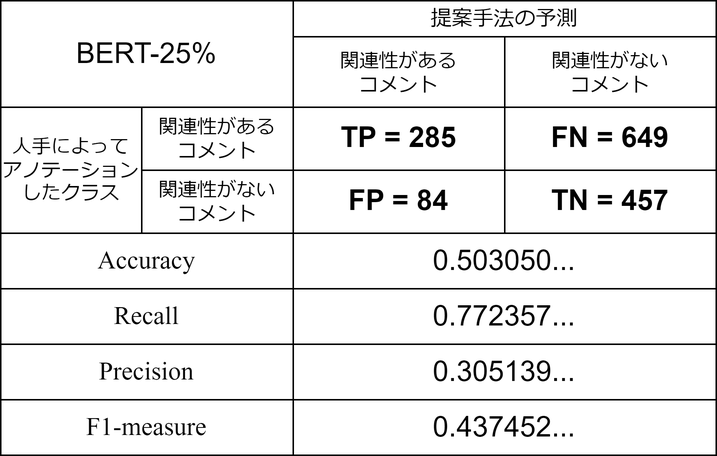
This is 修論/images/BERT25.drawio.png from dora937nishikori/investigation, a draw.io export, as it was before one commit. Source tidied: cells renumbered, new cells last; positions are measured from the earlier drawing's top-left corner, leaving out a move shared by most shapes.
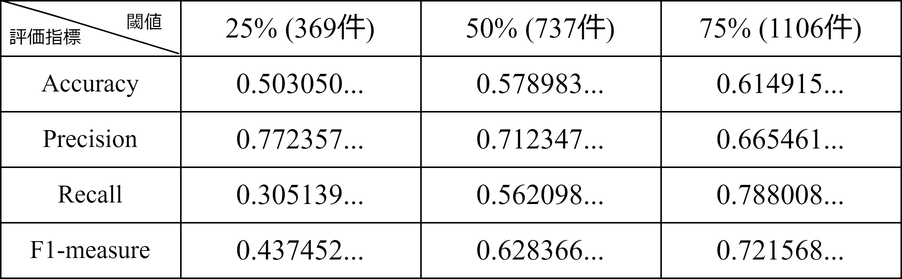
The same file after the commit.

Change to the diagram source:
```diff
@@ -2,89 +2,97 @@
   <root>
     <mxCell id="0" />
     <mxCell id="1" parent="0" />
-    <mxCell id="2" style="shape=table;startSize=0;" parent="1" vertex="1">
-      <mxGeometry width="477" height="303" as="geometry" />
+    <mxCell id="2" style="shape=table;startSize=0;fontFamily=Times New Roman;" parent="1" vertex="1">
+      <mxGeometry width="600" height="185" as="geometry" />
     </mxCell>
-    <mxCell id="3" style="shape=tableRow;horizontal=0;startSize=0;swimlaneHead=0;swimlaneBody=0;top=0;left=0;bottom=0;right=0;fillColor=none;" parent="2" vertex="1">
-      <mxGeometry width="477" height="24" as="geometry" />
-    </mxCell>
-    <mxCell id="4" value="BERT-25%" style="shape=partialRectangle;html=1;whiteSpace=wrap;overflow=hidden;fillColor=none;top=0;left=0;bottom=0;right=0;colspan=2;rowspan=2;fontSize=19;" parent="3" vertex="1">
-      <mxGeometry width="195" height="71" as="geometry" />
-    </mxCell>
-    <mxCell id="5" value="&lt;font style=&quot;font-size: 14px;&quot;&gt;提案手法の予測&lt;/font&gt;" style="shape=partialRectangle;html=1;whiteSpace=wrap;overflow=hidden;fillColor=none;top=0;left=0;bottom=0;right=0;colspan=2;fontSize=13;" parent="3" vertex="1">
-      <mxGeometry x="195" width="282" height="24" as="geometry" />
-    </mxCell>
-    <mxCell id="6" style="shape=tableRow;horizontal=0;startSize=0;swimlaneHead=0;swimlaneBody=0;top=0;left=0;bottom=0;right=0;fillColor=none;" parent="2" vertex="1">
-      <mxGeometry y="24" width="477" height="47" as="geometry" />
-    </mxCell>
-    <mxCell id="7" value="&lt;font style=&quot;font-size: 13px;&quot;&gt;関連性がある&lt;br style=&quot;font-size: 13px;&quot;&gt;コメント&lt;/font&gt;" style="shape=partialRectangle;html=1;whiteSpace=wrap;overflow=hidden;fillColor=none;top=0;left=0;bottom=0;right=0;fontSize=13;" parent="6" vertex="1">
-      <mxGeometry x="195" width="141" height="47" as="geometry" />
-    </mxCell>
-    <mxCell id="8" value="関連性がない&lt;br style=&quot;font-size: 13px;&quot;&gt;コメント" style="shape=partialRectangle;html=1;whiteSpace=wrap;overflow=hidden;fillColor=none;top=0;left=0;bottom=0;right=0;fontSize=13;" parent="6" vertex="1">
-      <mxGeometry x="336" width="141" height="47" as="geometry" />
-    </mxCell>
-    <mxCell id="9" style="shape=tableRow;horizontal=0;startSize=0;swimlaneHead=0;swimlaneBody=0;top=0;left=0;bottom=0;right=0;fillColor=none;" parent="2" vertex="1">
-      <mxGeometry y="71" width="477" height="42" as="geometry" />
-    </mxCell>
-    <mxCell id="10" value="人手によって&lt;br&gt;アノテーションしたクラス" style="shape=partialRectangle;html=1;whiteSpace=wrap;overflow=hidden;fillColor=none;top=0;left=0;bottom=0;right=0;rowspan=2;fontSize=13;" parent="9" vertex="1">
-      <mxGeometry width="94" height="84" as="geometry" />
-    </mxCell>
-    <mxCell id="11" value="関連性がある&lt;br&gt;コメント" style="shape=partialRectangle;html=1;whiteSpace=wrap;overflow=hidden;fillColor=none;top=0;left=0;bottom=0;right=0;fontSize=13;" parent="9" vertex="1">
-      <mxGeometry x="94" width="101" height="42" as="geometry" />
-    </mxCell>
-    <mxCell id="12" value="&lt;b style=&quot;font-size: 19px;&quot;&gt;TP = 285&lt;/b&gt;" style="shape=partialRectangle;html=1;whiteSpace=wrap;overflow=hidden;fillColor=none;top=0;left=0;bottom=0;right=0;fontSize=19;" parent="9" vertex="1">
-      <mxGeometry x="195" width="141" height="42" as="geometry" />
-    </mxCell>
-    <mxCell id="13" value="&lt;b style=&quot;font-size: 19px;&quot;&gt;FN = 649&lt;/b&gt;" style="shape=partialRectangle;html=1;whiteSpace=wrap;overflow=hidden;fillColor=none;top=0;left=0;bottom=0;right=0;fontSize=19;" parent="9" vertex="1">
-      <mxGeometry x="336" width="141" height="42" as="geometry" />
-    </mxCell>
-    <mxCell id="14" style="shape=tableRow;horizontal=0;startSize=0;swimlaneHead=0;swimlaneBody=0;top=0;left=0;bottom=0;right=0;fillColor=none;" parent="2" vertex="1">
-      <mxGeometry y="113" width="477" height="42" as="geometry" />
-    </mxCell>
-    <mxCell id="15" value="関連性がない&lt;br&gt;コメント" style="shape=partialRectangle;html=1;whiteSpace=wrap;overflow=hidden;fillColor=none;top=0;left=0;bottom=0;right=0;fontSize=13;" parent="14" vertex="1">
-      <mxGeometry x="94" width="101" height="42" as="geometry" />
-    </mxCell>
-    <mxCell id="16" value="&lt;b style=&quot;font-size: 19px;&quot;&gt;FP = 84&lt;/b&gt;" style="shape=partialRectangle;html=1;whiteSpace=wrap;overflow=hidden;fillColor=none;top=0;left=0;bottom=0;right=0;fontSize=19;" parent="14" vertex="1">
-      <mxGeometry x="195" width="141" height="42" as="geometry" />
-    </mxCell>
-    <mxCell id="17" value="&lt;b style=&quot;font-size: 19px;&quot;&gt;TN = 457&lt;/b&gt;" style="shape=partialRectangle;html=1;whiteSpace=wrap;overflow=hidden;fillColor=none;top=0;left=0;bottom=0;right=0;fontSize=19;" parent="14" vertex="1">
-      <mxGeometry x="336" width="141" height="42" as="geometry" />
-    </mxCell>
+    <mxCell id="30" style="shape=tableRow;horizontal=0;startSize=0;swimlaneHead=0;swimlaneBody=0;top=0;left=0;bottom=0;right=0;fillColor=none;" parent="2" vertex="1">
+      <mxGeometry width="600" height="37" as="geometry" />
+    </mxCell>
+    <mxCell id="31" style="shape=partialRectangle;html=1;whiteSpace=wrap;overflow=hidden;fillColor=none;top=0;left=0;bottom=0;right=0;fontSize=17;fontFamily=Times New Roman;colspan=2;" parent="30" vertex="1">
+      <mxGeometry width="120" height="37" as="geometry" />
+    </mxCell>
+    <mxCell id="32" value="25% (369件)" style="shape=partialRectangle;html=1;whiteSpace=wrap;overflow=hidden;fillColor=none;top=0;left=0;bottom=0;right=0;fontSize=19;colspan=2;fontFamily=Times New Roman;" parent="30" vertex="1">
+      <mxGeometry x="120" width="160" height="37" as="geometry" />
+    </mxCell>
+    <mxCell id="33" value="50% (737件)" style="shape=partialRectangle;html=1;whiteSpace=wrap;overflow=hidden;fillColor=none;top=0;left=0;bottom=0;right=0;fontSize=19;fontFamily=Times New Roman;" parent="30" vertex="1">
+      <mxGeometry x="280" width="160" height="37" as="geometry" />
+    </mxCell>
+    <mxCell id="34" value="75% (1106件)" style="shape=partialRectangle;html=1;whiteSpace=wrap;overflow=hidden;fillColor=none;top=0;left=0;bottom=0;right=0;fontSize=19;fontFamily=Times New Roman;" parent="30" vertex="1">
+      <mxGeometry x="440" width="160" height="37" as="geometry" />
+    </mxCell>
     <mxCell id="18" style="shape=tableRow;horizontal=0;startSize=0;swimlaneHead=0;swimlaneBody=0;top=0;left=0;bottom=0;right=0;fillColor=none;points=[[0,0.51,0,0,0],[0.5,1,0,0,0],[1,0.51,0,0,0]];portConstraint=eastwest;" parent="2" vertex="1">
-      <mxGeometry y="155" width="477" height="37" as="geometry" />
+      <mxGeometry y="37" width="600" height="37" as="geometry" />
     </mxCell>
     <mxCell id="19" value="Accuracy" style="shape=partialRectangle;html=1;whiteSpace=wrap;overflow=hidden;fillColor=none;top=0;left=0;bottom=0;right=0;colspan=2;rowspan=1;fontSize=17;fontFamily=Times New Roman;" parent="18" vertex="1">
-      <mxGeometry width="195" height="37" as="geometry" />
+      <mxGeometry width="120" height="37" as="geometry" />
     </mxCell>
-    <mxCell id="20" value="0.503050..." style="shape=partialRectangle;html=1;whiteSpace=wrap;overflow=hidden;fillColor=none;top=0;left=0;bottom=0;right=0;fontSize=19;colspan=2;" parent="18" vertex="1">
-      <mxGeometry x="195" width="282" height="37" as="geometry" />
+    <mxCell id="20" value="0.503050..." style="shape=partialRectangle;html=1;whiteSpace=wrap;overflow=hidden;fillColor=none;top=0;left=0;bottom=0;right=0;fontSize=19;colspan=2;fontFamily=Times New Roman;" parent="18" vertex="1">
+      <mxGeometry x="120" width="160" height="37" as="geometry" />
     </mxCell>
+    <mxCell id="35" value="0.578983..." style="shape=partialRectangle;html=1;whiteSpace=wrap;overflow=hidden;fillColor=none;top=0;left=0;bottom=0;right=0;fontSize=19;fontFamily=Times New Roman;" parent="18" vertex="1">
+      <mxGeometry x="280" width="160" height="37" as="geometry" />
+    </mxCell>
+    <mxCell id="36" value="0.614915..." style="shape=partialRectangle;html=1;whiteSpace=wrap;overflow=hidden;fillColor=none;top=0;left=0;bottom=0;right=0;fontSize=19;fontFamily=Times New Roman;" parent="18" vertex="1">
+      <mxGeometry x="440" width="160" height="37" as="geometry" />
+    </mxCell>
     <mxCell id="21" style="shape=tableRow;horizontal=0;startSize=0;swimlaneHead=0;swimlaneBody=0;top=0;left=0;bottom=0;right=0;fillColor=none;" parent="2" vertex="1">
-      <mxGeometry y="192" width="477" height="37" as="geometry" />
+      <mxGeometry y="74" width="600" height="37" as="geometry" />
     </mxCell>
-    <mxCell id="22" value="Recall" style="shape=partialRectangle;html=1;whiteSpace=wrap;overflow=hidden;fillColor=none;top=0;left=0;bottom=0;right=0;colspan=2;fontSize=17;fontFamily=Times New Roman;" parent="21" vertex="1">
-      <mxGeometry width="195" height="37" as="geometry" />
+    <mxCell id="22" value="Precision" style="shape=partialRectangle;html=1;whiteSpace=wrap;overflow=hidden;fillColor=none;top=0;left=0;bottom=0;right=0;colspan=2;fontSize=17;fontFamily=Times New Roman;" parent="21" vertex="1">
+      <mxGeometry width="120" height="37" as="geometry" />
     </mxCell>
-    <mxCell id="23" value="0.772357..." style="shape=partialRectangle;html=1;whiteSpace=wrap;overflow=hidden;fillColor=none;top=0;left=0;bottom=0;right=0;fontSize=19;colspan=2;" parent="21" vertex="1">
-      <mxGeometry x="195" width="282" height="37" as="geometry" />
+    <mxCell id="23" value="0.772357..." style="shape=partialRectangle;html=1;whiteSpace=wrap;overflow=hidden;fillColor=none;top=0;left=0;bottom=0;right=0;fontSize=19;colspan=2;fontFamily=Times New Roman;" parent="21" vertex="1">
+      <mxGeometry x="120" width="160" height="37" as="geometry" />
     </mxCell>
+    <mxCell id="37" value="0.712347..." style="shape=partialRectangle;html=1;whiteSpace=wrap;overflow=hidden;fillColor=none;top=0;left=0;bottom=0;right=0;fontSize=19;fontFamily=Times New Roman;" parent="21" vertex="1">
+      <mxGeometry x="280" width="160" height="37" as="geometry" />
+    </mxCell>
+    <mxCell id="38" value="0.665461..." style="shape=partialRectangle;html=1;whiteSpace=wrap;overflow=hidden;fillColor=none;top=0;left=0;bottom=0;right=0;fontSize=19;fontFamily=Times New Roman;" parent="21" vertex="1">
+      <mxGeometry x="440" width="160" height="37" as="geometry" />
+    </mxCell>
     <mxCell id="24" style="shape=tableRow;horizontal=0;startSize=0;swimlaneHead=0;swimlaneBody=0;top=0;left=0;bottom=0;right=0;fillColor=none;" parent="2" vertex="1">
-      <mxGeometry y="229" width="477" height="37" as="geometry" />
+      <mxGeometry y="111" width="600" height="37" as="geometry" />
     </mxCell>
-    <mxCell id="25" value="Precision" style="shape=partialRectangle;html=1;whiteSpace=wrap;overflow=hidden;fillColor=none;top=0;left=0;bottom=0;right=0;colspan=2;fontFamily=Times New Roman;fontSize=17;" parent="24" vertex="1">
-      <mxGeometry width="195" height="37" as="geometry" />
+    <mxCell id="25" value="Recall" style="shape=partialRectangle;html=1;whiteSpace=wrap;overflow=hidden;fillColor=none;top=0;left=0;bottom=0;right=0;colspan=2;fontFamily=Times New Roman;fontSize=17;" parent="24" vertex="1">
+      <mxGeometry width="120" height="37" as="geometry" />
     </mxCell>
-    <mxCell id="26" value="0.305139..." style="shape=partialRectangle;html=1;whiteSpace=wrap;overflow=hidden;fillColor=none;top=0;left=0;bottom=0;right=0;fontSize=19;colspan=2;" parent="24" vertex="1">
-      <mxGeometry x="195" width="282" height="37" as="geometry" />
+    <mxCell id="26" value="0.305139..." style="shape=partialRectangle;html=1;whiteSpace=wrap;overflow=hidden;fillColor=none;top=0;left=0;bottom=0;right=0;fontSize=19;colspan=2;fontFamily=Times New Roman;" parent="24" vertex="1">
+      <mxGeometry x="120" width="160" height="37" as="geometry" />
     </mxCell>
+    <mxCell id="39" value="&lt;font face=&quot;Times New Roman&quot;&gt;0.562098...&lt;/font&gt;" style="shape=partialRectangle;html=1;whiteSpace=wrap;overflow=hidden;fillColor=none;top=0;left=0;bottom=0;right=0;fontSize=19;" parent="24" vertex="1">
+      <mxGeometry x="280" width="160" height="37" as="geometry" />
+    </mxCell>
+    <mxCell id="40" value="&lt;font face=&quot;Times New Roman&quot;&gt;0.788008...&lt;/font&gt;" style="shape=partialRectangle;html=1;whiteSpace=wrap;overflow=hidden;fillColor=none;top=0;left=0;bottom=0;right=0;fontSize=19;" parent="24" vertex="1">
+      <mxGeometry x="440" width="160" height="37" as="geometry" />
+    </mxCell>
     <mxCell id="27" style="shape=tableRow;horizontal=0;startSize=0;swimlaneHead=0;swimlaneBody=0;top=0;left=0;bottom=0;right=0;fillColor=none;" parent="2" vertex="1">
-      <mxGeometry y="266" width="477" height="37" as="geometry" />
+      <mxGeometry y="148" width="600" height="37" as="geometry" />
     </mxCell>
     <mxCell id="28" value="F1-measure" style="shape=partialRectangle;html=1;whiteSpace=wrap;overflow=hidden;fillColor=none;top=0;left=0;bottom=0;right=0;colspan=2;fontFamily=Times New Roman;fontSize=17;" parent="27" vertex="1">
-      <mxGeometry width="195" height="37" as="geometry" />
+      <mxGeometry width="120" height="37" as="geometry" />
     </mxCell>
-    <mxCell id="29" value="0.437452..." style="shape=partialRectangle;html=1;whiteSpace=wrap;overflow=hidden;fillColor=none;top=0;left=0;bottom=0;right=0;fontSize=19;colspan=2;" parent="27" vertex="1">
-      <mxGeometry x="195" width="282" height="37" as="geometry" />
+    <mxCell id="29" value="0.437452..." style="shape=partialRectangle;html=1;whiteSpace=wrap;overflow=hidden;fillColor=none;top=0;left=0;bottom=0;right=0;fontSize=19;colspan=2;fontFamily=Times New Roman;" parent="27" vertex="1">
+      <mxGeometry x="120" width="160" height="37" as="geometry" />
     </mxCell>
+    <mxCell id="41" value="&lt;font face=&quot;Times New Roman&quot;&gt;0.628366...&lt;/font&gt;" style="shape=partialRectangle;html=1;whiteSpace=wrap;overflow=hidden;fillColor=none;top=0;left=0;bottom=0;right=0;fontSize=19;" parent="27" vertex="1">
+      <mxGeometry x="280" width="160" height="37" as="geometry" />
+    </mxCell>
+    <mxCell id="42" value="&lt;font face=&quot;Times New Roman&quot;&gt;0.721568...&lt;/font&gt;" style="shape=partialRectangle;html=1;whiteSpace=wrap;overflow=hidden;fillColor=none;top=0;left=0;bottom=0;right=0;fontSize=19;" parent="27" vertex="1">
+      <mxGeometry x="440" width="160" height="37" as="geometry" />
+    </mxCell>
+    <mxCell id="43" style="edgeStyle=none;jettySize=auto;html=1;fontFamily=Times New Roman;endArrow=none;endFill=0;entryX=0.198;entryY=-0.046;entryDx=0;entryDy=0;entryPerimeter=0;exitX=0.196;exitY=-0.031;exitDx=0;exitDy=0;exitPerimeter=0;" parent="2" edge="1" target="18">
+      <mxGeometry relative="1" as="geometry">
+        <mxPoint x="1" as="sourcePoint" />
+        <Array as="points">
+          <mxPoint x="36" y="10" />
+        </Array>
+      </mxGeometry>
+    </mxCell>
+    <mxCell id="44" value="閾値" style="text;strokeColor=none;align=center;fillColor=none;html=1;verticalAlign=middle;whiteSpace=wrap;rounded=0;fontFamily=Times New Roman;" parent="1" vertex="1">
+      <mxGeometry x="66" width="60" height="30" as="geometry" />
+    </mxCell>
+    <mxCell id="45" value="評価指標" style="text;strokeColor=none;align=center;fillColor=none;html=1;verticalAlign=middle;whiteSpace=wrap;rounded=0;fontFamily=Times New Roman;" parent="1" vertex="1">
+      <mxGeometry y="10" width="60" height="30" as="geometry" />
+    </mxCell>
   </root>
 </mxGraphModel>
```
